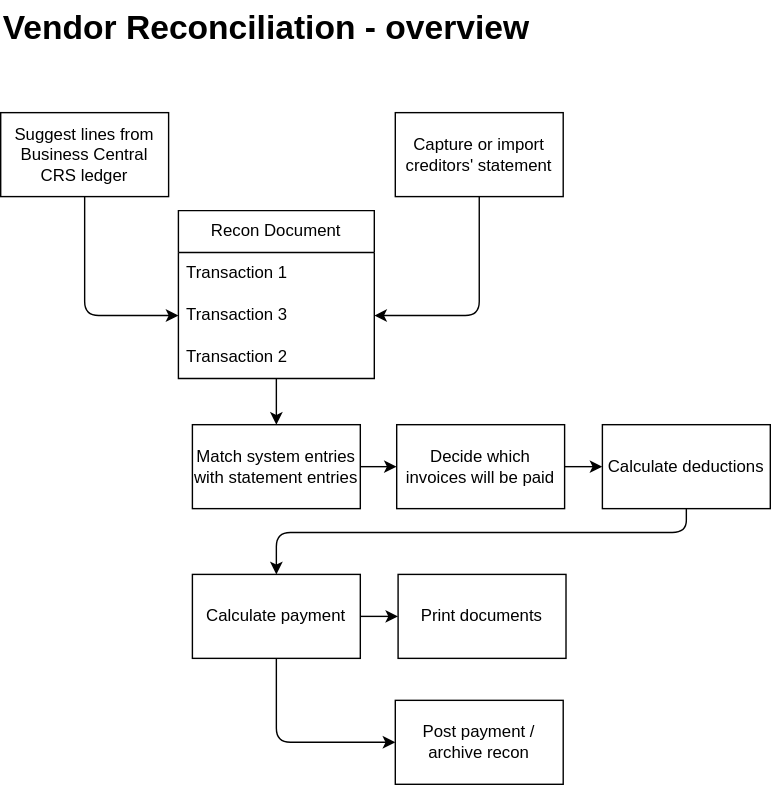
Braintree-by-Vox/trade_assistant keeps this draw.io diagram as Vendor Recon/VRS_Process.drawio.svg. Above is the earlier version. Source tidied: cells renumbered, new cells last; positions are measured from the earlier drawing's top-left corner, leaving out a move shared by most shapes. Its diagram source:
```xml
<mxGraphModel>
  <root>
    <mxCell id="0" />
    <mxCell id="1" parent="0" />
    <mxCell id="2" value="Vendor Reconciliation - overview" style="text;strokeColor=none;fillColor=none;html=1;fontSize=24;fontStyle=1;verticalAlign=middle;align=left;" parent="1" vertex="1">
      <mxGeometry width="100" height="40" as="geometry" />
    </mxCell>
    <mxCell id="3" value="Suggest lines from Business Central CRS ledger" style="rounded=0;whiteSpace=wrap;html=1;" parent="1" vertex="1">
      <mxGeometry y="80" width="120" height="60" as="geometry" />
    </mxCell>
    <mxCell id="4" style="edgeStyle=orthogonalEdgeStyle;html=1;" parent="1" edge="1" source="5" target="13">
      <mxGeometry relative="1" as="geometry" />
    </mxCell>
    <mxCell id="5" value="Recon Document" style="swimlane;fontStyle=0;horizontal=1;startSize=30;whiteSpace=wrap;html=1;" parent="1" vertex="1">
      <mxGeometry x="127" y="150" width="140" height="120" as="geometry" />
    </mxCell>
    <mxCell id="6" value="Transaction 1" style="text;strokeColor=none;fillColor=none;align=left;verticalAlign=middle;spacingLeft=4;spacingRight=4;overflow=hidden;whiteSpace=wrap;html=1;" parent="5" vertex="1">
      <mxGeometry y="30" width="140" height="30" as="geometry" />
    </mxCell>
    <mxCell id="7" value="Transaction 3" style="text;strokeColor=none;fillColor=none;align=left;verticalAlign=middle;spacingLeft=4;spacingRight=4;overflow=hidden;points=[[0,0.5],[1,0.5]];portConstraint=eastwest;whiteSpace=wrap;html=1;" parent="5" vertex="1">
      <mxGeometry y="60" width="140" height="30" as="geometry" />
    </mxCell>
    <mxCell id="8" value="Transaction 2" style="text;strokeColor=none;fillColor=none;align=left;verticalAlign=middle;spacingLeft=4;spacingRight=4;overflow=hidden;whiteSpace=wrap;html=1;" parent="5" vertex="1">
      <mxGeometry y="90" width="140" height="30" as="geometry" />
    </mxCell>
    <mxCell id="9" style="edgeStyle=orthogonalEdgeStyle;html=1;entryX=0;entryY=0.5;entryDx=0;entryDy=0;" parent="1" edge="1" source="3" target="7">
      <mxGeometry relative="1" as="geometry" />
    </mxCell>
    <mxCell id="10" style="edgeStyle=orthogonalEdgeStyle;html=1;entryX=1;entryY=0.5;entryDx=0;entryDy=0;" parent="1" edge="1" source="11" target="7">
      <mxGeometry relative="1" as="geometry" />
    </mxCell>
    <mxCell id="11" value="Capture or import creditors' statement" style="rounded=0;whiteSpace=wrap;html=1;" parent="1" vertex="1">
      <mxGeometry x="282" y="80" width="120" height="60" as="geometry" />
    </mxCell>
    <mxCell id="12" style="edgeStyle=orthogonalEdgeStyle;html=1;" parent="1" edge="1" source="13" target="15">
      <mxGeometry relative="1" as="geometry" />
    </mxCell>
    <mxCell id="13" value="Match system entries with statement entries" style="whiteSpace=wrap;html=1;fontStyle=0;startSize=30;" parent="1" vertex="1">
      <mxGeometry x="137" y="303" width="120" height="60" as="geometry" />
    </mxCell>
    <mxCell id="14" style="edgeStyle=orthogonalEdgeStyle;html=1;" parent="1" edge="1" source="15" target="17">
      <mxGeometry relative="1" as="geometry" />
    </mxCell>
    <mxCell id="15" value="Decide which invoices will be paid" style="whiteSpace=wrap;html=1;fontStyle=0;startSize=30;" parent="1" vertex="1">
      <mxGeometry x="283" y="303" width="120" height="60" as="geometry" />
    </mxCell>
    <mxCell id="16" style="edgeStyle=orthogonalEdgeStyle;html=1;" parent="1" edge="1" source="17" target="20">
      <mxGeometry relative="1" as="geometry">
        <Array as="points">
          <mxPoint x="490" y="380" />
          <mxPoint x="197" y="380" />
        </Array>
      </mxGeometry>
    </mxCell>
    <mxCell id="17" value="Calculate deductions" style="whiteSpace=wrap;html=1;fontStyle=0;startSize=30;" parent="1" vertex="1">
      <mxGeometry x="430" y="303" width="120" height="60" as="geometry" />
    </mxCell>
    <mxCell id="18" style="edgeStyle=orthogonalEdgeStyle;html=1;" parent="1" edge="1" source="20" target="21">
      <mxGeometry relative="1" as="geometry" />
    </mxCell>
    <mxCell id="19" style="edgeStyle=orthogonalEdgeStyle;html=1;entryX=0;entryY=0.5;entryDx=0;entryDy=0;exitX=0.5;exitY=1;exitDx=0;exitDy=0;" parent="1" edge="1" source="20" target="22">
      <mxGeometry relative="1" as="geometry" />
    </mxCell>
    <mxCell id="20" value="Calculate payment" style="whiteSpace=wrap;html=1;fontStyle=0;startSize=30;" parent="1" vertex="1">
      <mxGeometry x="137" y="410" width="120" height="60" as="geometry" />
    </mxCell>
    <mxCell id="21" value="Print documents" style="whiteSpace=wrap;html=1;fontStyle=0;startSize=30;" parent="1" vertex="1">
      <mxGeometry x="284" y="410" width="120" height="60" as="geometry" />
    </mxCell>
    <mxCell id="22" value="Post payment / archive recon" style="whiteSpace=wrap;html=1;fontStyle=0;startSize=30;" parent="1" vertex="1">
      <mxGeometry x="282" y="500" width="120" height="60" as="geometry" />
    </mxCell>
  </root>
</mxGraphModel>
```
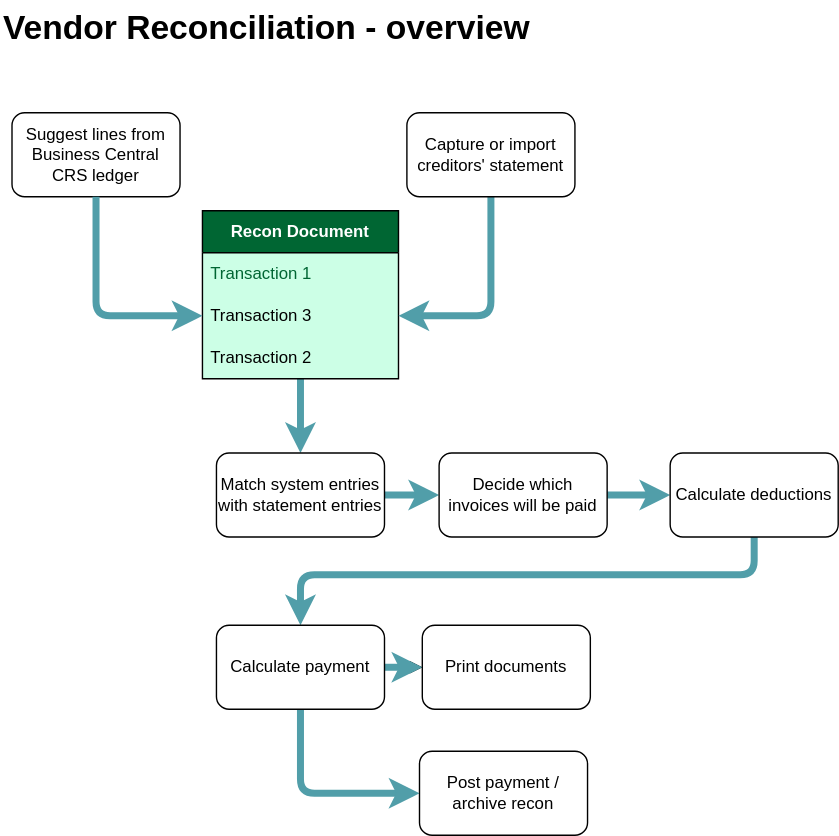
The same diagram one commit later.

Change to the diagram source:
```diff
@@ -2,19 +2,19 @@
   <root>
     <mxCell id="0" />
     <mxCell id="1" parent="0" />
-    <mxCell id="2" value="Vendor Reconciliation - overview" style="text;strokeColor=none;fillColor=none;html=1;fontSize=24;fontStyle=1;verticalAlign=middle;align=left;" parent="1" vertex="1">
-      <mxGeometry width="100" height="40" as="geometry" />
+    <mxCell id="2" value="Vendor Reconciliation - overview" style="text;strokeColor=none;fillColor=none;html=1;fontSize=24;fontStyle=1;verticalAlign=middle;align=left;labelBackgroundColor=light-dark(#FFFFFF,#66FFB3);fontColor=light-dark(#000000,#00331A);" parent="1" vertex="1">
+      <mxGeometry x="-8" width="508" height="40" as="geometry" />
     </mxCell>
-    <mxCell id="3" value="Suggest lines from Business Central CRS ledger" style="rounded=0;whiteSpace=wrap;html=1;" parent="1" vertex="1">
+    <mxCell id="3" value="Suggest lines from Business Central CRS ledger" style="rounded=1;whiteSpace=wrap;html=1;" parent="1" vertex="1">
       <mxGeometry y="80" width="120" height="60" as="geometry" />
     </mxCell>
-    <mxCell id="4" style="edgeStyle=orthogonalEdgeStyle;html=1;" parent="1" edge="1" source="5" target="13">
+    <mxCell id="4" style="edgeStyle=orthogonalEdgeStyle;html=1;strokeColor=#519EA9;strokeWidth=5;" parent="1" edge="1" source="5" target="13">
       <mxGeometry relative="1" as="geometry" />
     </mxCell>
-    <mxCell id="5" value="Recon Document" style="swimlane;fontStyle=0;horizontal=1;startSize=30;whiteSpace=wrap;html=1;" parent="1" vertex="1">
-      <mxGeometry x="127" y="150" width="140" height="120" as="geometry" />
+    <mxCell id="5" value="Recon Document" style="swimlane;fontStyle=1;horizontal=1;startSize=30;whiteSpace=wrap;html=1;swimlaneFillColor=#CCFFE6;fillColor=#006633;fontColor=#FFFFFF;" parent="1" vertex="1">
+      <mxGeometry x="136" y="150" width="140" height="120" as="geometry" />
     </mxCell>
-    <mxCell id="6" value="Transaction 1" style="text;strokeColor=none;fillColor=none;align=left;verticalAlign=middle;spacingLeft=4;spacingRight=4;overflow=hidden;whiteSpace=wrap;html=1;" parent="5" vertex="1">
+    <mxCell id="6" value="Transaction 1" style="text;strokeColor=none;fillColor=none;align=left;verticalAlign=middle;spacingLeft=4;spacingRight=4;overflow=hidden;whiteSpace=wrap;html=1;fontColor=#006633;" parent="5" vertex="1">
       <mxGeometry y="30" width="140" height="30" as="geometry" />
     </mxCell>
     <mxCell id="7" value="Transaction 3" style="text;strokeColor=none;fillColor=none;align=left;verticalAlign=middle;spacingLeft=4;spacingRight=4;overflow=hidden;points=[[0,0.5],[1,0.5]];portConstraint=eastwest;whiteSpace=wrap;html=1;" parent="5" vertex="1">
@@ -23,52 +23,55 @@
     <mxCell id="8" value="Transaction 2" style="text;strokeColor=none;fillColor=none;align=left;verticalAlign=middle;spacingLeft=4;spacingRight=4;overflow=hidden;whiteSpace=wrap;html=1;" parent="5" vertex="1">
       <mxGeometry y="90" width="140" height="30" as="geometry" />
     </mxCell>
-    <mxCell id="9" style="edgeStyle=orthogonalEdgeStyle;html=1;entryX=0;entryY=0.5;entryDx=0;entryDy=0;" parent="1" edge="1" source="3" target="7">
+    <mxCell id="9" style="edgeStyle=orthogonalEdgeStyle;html=1;entryX=0;entryY=0.5;entryDx=0;entryDy=0;strokeColor=light-dark(#519EA9,#000F0F);strokeWidth=5;" parent="1" edge="1" source="3" target="7">
       <mxGeometry relative="1" as="geometry" />
     </mxCell>
-    <mxCell id="10" style="edgeStyle=orthogonalEdgeStyle;html=1;entryX=1;entryY=0.5;entryDx=0;entryDy=0;" parent="1" edge="1" source="11" target="7">
+    <mxCell id="10" style="edgeStyle=orthogonalEdgeStyle;html=1;entryX=1;entryY=0.5;entryDx=0;entryDy=0;strokeWidth=5;strokeColor=light-dark(#519EA9,#000F0F);" parent="1" edge="1" source="11" target="7">
       <mxGeometry relative="1" as="geometry" />
     </mxCell>
-    <mxCell id="11" value="Capture or import creditors' statement" style="rounded=0;whiteSpace=wrap;html=1;" parent="1" vertex="1">
+    <mxCell id="11" value="Capture or import creditors' statement" style="rounded=1;whiteSpace=wrap;html=1;" parent="1" vertex="1">
       <mxGeometry x="282" y="80" width="120" height="60" as="geometry" />
     </mxCell>
-    <mxCell id="12" style="edgeStyle=orthogonalEdgeStyle;html=1;" parent="1" edge="1" source="13" target="15">
+    <mxCell id="12" style="edgeStyle=orthogonalEdgeStyle;html=1;strokeWidth=5;strokeColor=#519EA9;" parent="1" edge="1" source="13" target="15">
       <mxGeometry relative="1" as="geometry" />
     </mxCell>
-    <mxCell id="13" value="Match system entries with statement entries" style="whiteSpace=wrap;html=1;fontStyle=0;startSize=30;" parent="1" vertex="1">
-      <mxGeometry x="137" y="303" width="120" height="60" as="geometry" />
+    <mxCell id="13" value="Match system entries with statement entries" style="whiteSpace=wrap;html=1;fontStyle=0;startSize=30;rounded=1;" parent="1" vertex="1">
+      <mxGeometry x="146" y="323" width="120" height="60" as="geometry" />
     </mxCell>
-    <mxCell id="14" style="edgeStyle=orthogonalEdgeStyle;html=1;" parent="1" edge="1" source="15" target="17">
+    <mxCell id="14" style="edgeStyle=orthogonalEdgeStyle;html=1;strokeWidth=5;strokeColor=#519EA9;" parent="1" edge="1" source="15" target="17">
       <mxGeometry relative="1" as="geometry" />
     </mxCell>
-    <mxCell id="15" value="Decide which invoices will be paid" style="whiteSpace=wrap;html=1;fontStyle=0;startSize=30;" parent="1" vertex="1">
-      <mxGeometry x="283" y="303" width="120" height="60" as="geometry" />
+    <mxCell id="15" value="Decide which invoices will be paid" style="whiteSpace=wrap;html=1;fontStyle=0;startSize=30;rounded=1;" parent="1" vertex="1">
+      <mxGeometry x="305" y="323" width="120" height="60" as="geometry" />
     </mxCell>
-    <mxCell id="16" style="edgeStyle=orthogonalEdgeStyle;html=1;" parent="1" edge="1" source="17" target="20">
+    <mxCell id="16" style="edgeStyle=orthogonalEdgeStyle;html=1;strokeColor=#519EA9;strokeWidth=5;" parent="1" edge="1" source="17" target="20">
       <mxGeometry relative="1" as="geometry">
         <Array as="points">
-          <mxPoint x="490" y="380" />
-          <mxPoint x="197" y="380" />
+          <mxPoint x="530" y="410" />
+          <mxPoint x="206" y="410" />
         </Array>
       </mxGeometry>
     </mxCell>
-    <mxCell id="17" value="Calculate deductions" style="whiteSpace=wrap;html=1;fontStyle=0;startSize=30;" parent="1" vertex="1">
-      <mxGeometry x="430" y="303" width="120" height="60" as="geometry" />
+    <mxCell id="17" value="Calculate deductions" style="whiteSpace=wrap;html=1;fontStyle=0;startSize=30;rounded=1;" parent="1" vertex="1">
+      <mxGeometry x="470" y="323" width="120" height="60" as="geometry" />
     </mxCell>
     <mxCell id="18" style="edgeStyle=orthogonalEdgeStyle;html=1;" parent="1" edge="1" source="20" target="21">
       <mxGeometry relative="1" as="geometry" />
     </mxCell>
-    <mxCell id="19" style="edgeStyle=orthogonalEdgeStyle;html=1;entryX=0;entryY=0.5;entryDx=0;entryDy=0;exitX=0.5;exitY=1;exitDx=0;exitDy=0;" parent="1" edge="1" source="20" target="22">
+    <mxCell id="19" style="edgeStyle=orthogonalEdgeStyle;html=1;entryX=0;entryY=0.5;entryDx=0;entryDy=0;exitX=0.5;exitY=1;exitDx=0;exitDy=0;fontSize=5;strokeWidth=5;strokeColor=#519EA9;" parent="1" edge="1" source="20" target="22">
       <mxGeometry relative="1" as="geometry" />
     </mxCell>
+    <mxCell id="23" style="edgeStyle=orthogonalEdgeStyle;shape=connector;rounded=1;html=1;strokeColor=light-dark(#519EA9,#000F0F);strokeWidth=5;align=center;verticalAlign=middle;fontFamily=Helvetica;fontSize=11;fontColor=default;labelBackgroundColor=default;endArrow=classic;" parent="1" edge="1" source="20" target="21">
+      <mxGeometry relative="1" as="geometry" />
+    </mxCell>
-    <mxCell id="20" value="Calculate payment" style="whiteSpace=wrap;html=1;fontStyle=0;startSize=30;" parent="1" vertex="1">
-      <mxGeometry x="137" y="410" width="120" height="60" as="geometry" />
+    <mxCell id="20" value="Calculate payment" style="whiteSpace=wrap;html=1;fontStyle=0;startSize=30;rounded=1;" parent="1" vertex="1">
+      <mxGeometry x="146" y="446" width="120" height="60" as="geometry" />
     </mxCell>
-    <mxCell id="21" value="Print documents" style="whiteSpace=wrap;html=1;fontStyle=0;startSize=30;" parent="1" vertex="1">
-      <mxGeometry x="284" y="410" width="120" height="60" as="geometry" />
+    <mxCell id="21" value="Print documents" style="whiteSpace=wrap;html=1;fontStyle=0;startSize=30;rounded=1;" parent="1" vertex="1">
+      <mxGeometry x="293" y="446" width="120" height="60" as="geometry" />
     </mxCell>
-    <mxCell id="22" value="Post payment / archive recon" style="whiteSpace=wrap;html=1;fontStyle=0;startSize=30;" parent="1" vertex="1">
-      <mxGeometry x="282" y="500" width="120" height="60" as="geometry" />
+    <mxCell id="22" value="Post payment / archive recon" style="whiteSpace=wrap;html=1;fontStyle=0;startSize=30;rounded=1;" parent="1" vertex="1">
+      <mxGeometry x="291" y="536" width="120" height="60" as="geometry" />
     </mxCell>
   </root>
 </mxGraphModel>
```
